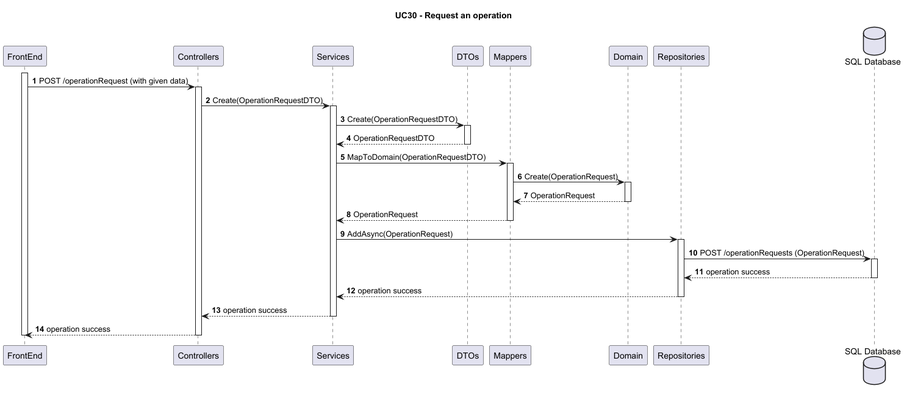
Before: Wiki/SprintA/diagrams/use-cases/25-request-an-operation/level3/backend-process-view.png, a diagram exported from PlantUML (MiguelCardoso77/SurgicalSync-BackEnd).
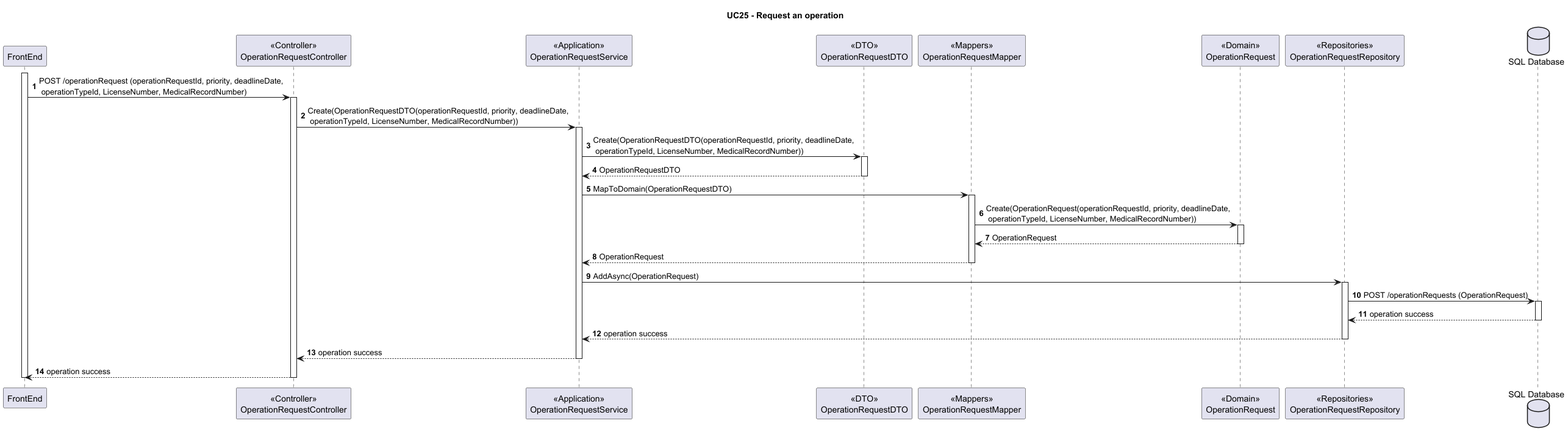
After the commit.

Diff of the diagram source:
```diff
@@ -1,28 +1,28 @@
 @startuml
 autonumber
 
-Title "UC30 - Request an operation"
+Title "UC25 - Request an operation"
 
 participant "FrontEnd" as FE
-participant "Controllers" as CN
-participant "Services" as SV
-participant "DTOs" as DTO
-participant "Mappers" as MP
-participant "Domain" as DM
-participant "Repositories" as REPO
+participant "<<Controller>>\nOperationRequestController" as CN
+participant "<<Application>>\nOperationRequestService" as SV
+participant "<<DTO>>\nOperationRequestDTO" as DTO
+participant "<<Mappers>>\nOperationRequestMapper" as MP
+participant "<<Domain>>\nOperationRequest" as DM
+participant "<<Repositories>>\nOperationRequestRepository" as REPO
 database "SQL Database" as SQL
 
 activate FE
 
-FE -> CN : POST /operationRequest (with given data)
+FE -> CN : POST /operationRequest (operationRequestId, priority, deadlineDate,\n operationTypeId, LicenseNumber, MedicalRecordNumber)
 
 activate CN
 
-CN -> SV : Create(OperationRequestDTO)
+CN -> SV : Create(OperationRequestDTO(operationRequestId, priority, deadlineDate,\n operationTypeId, LicenseNumber, MedicalRecordNumber))
 
 activate SV
 
-SV -> DTO : Create(OperationRequestDTO)
+SV -> DTO : Create(OperationRequestDTO(operationRequestId, priority, deadlineDate,\n operationTypeId, LicenseNumber, MedicalRecordNumber))
 
 activate DTO
 
@@ -34,7 +34,7 @@
 
 activate MP
 
-MP -> DM : Create(OperationRequest)
+MP -> DM : Create(OperationRequest(operationRequestId, priority, deadlineDate,\n operationTypeId, LicenseNumber, MedicalRecordNumber))
 
 activate DM
 
```
